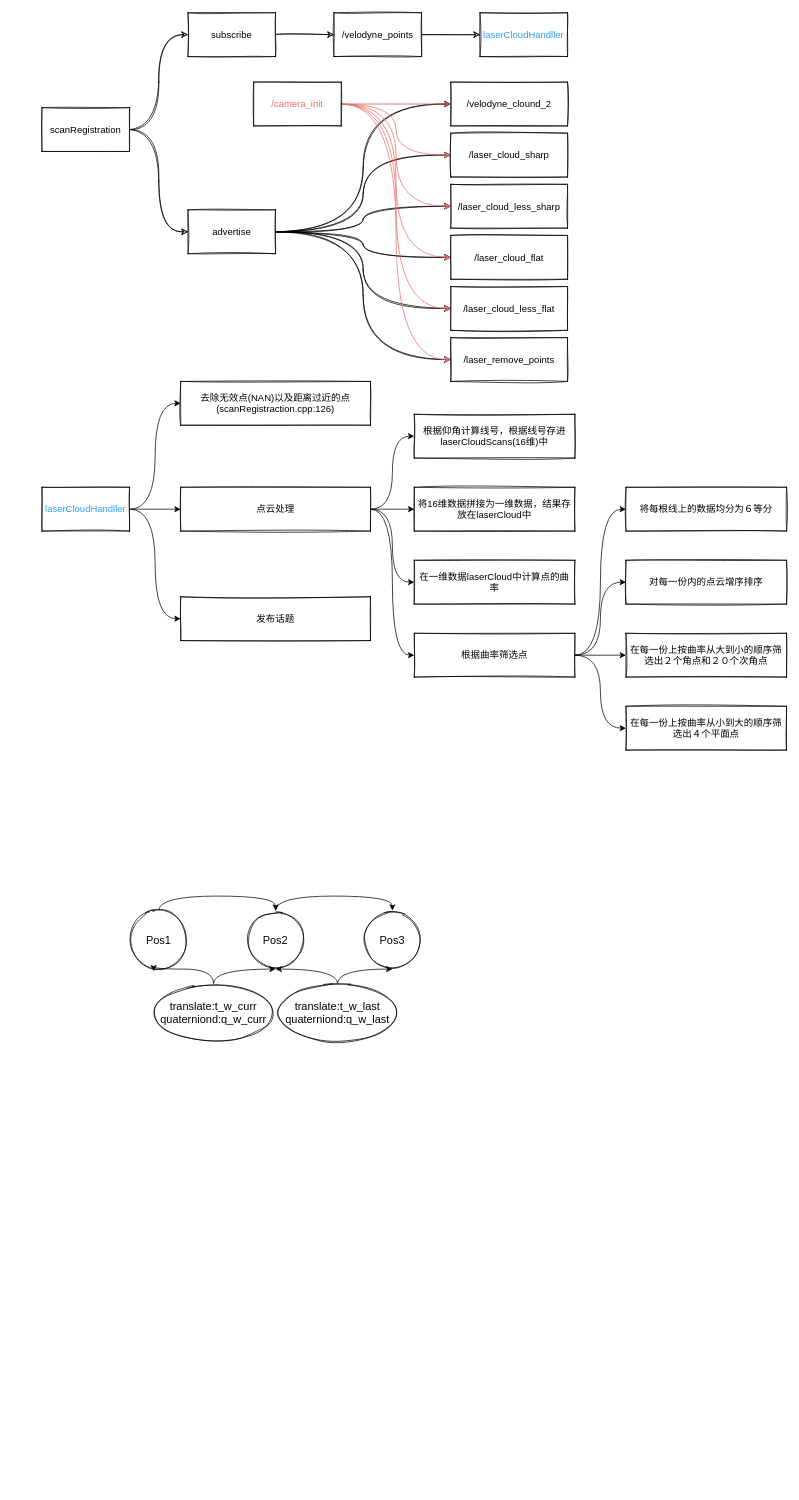
Earlier version of the draw.io diagram loam.drawio (yzqttt/diagrams). Source tidied: cells renumbered, new cells numbered last; positions are measured from the earlier drawing's top-left corner, leaving out a move shared by most shapes. Both pictures are drawn from the tidied source at 73%, with x=0, y=0 at pixel (42, 12).
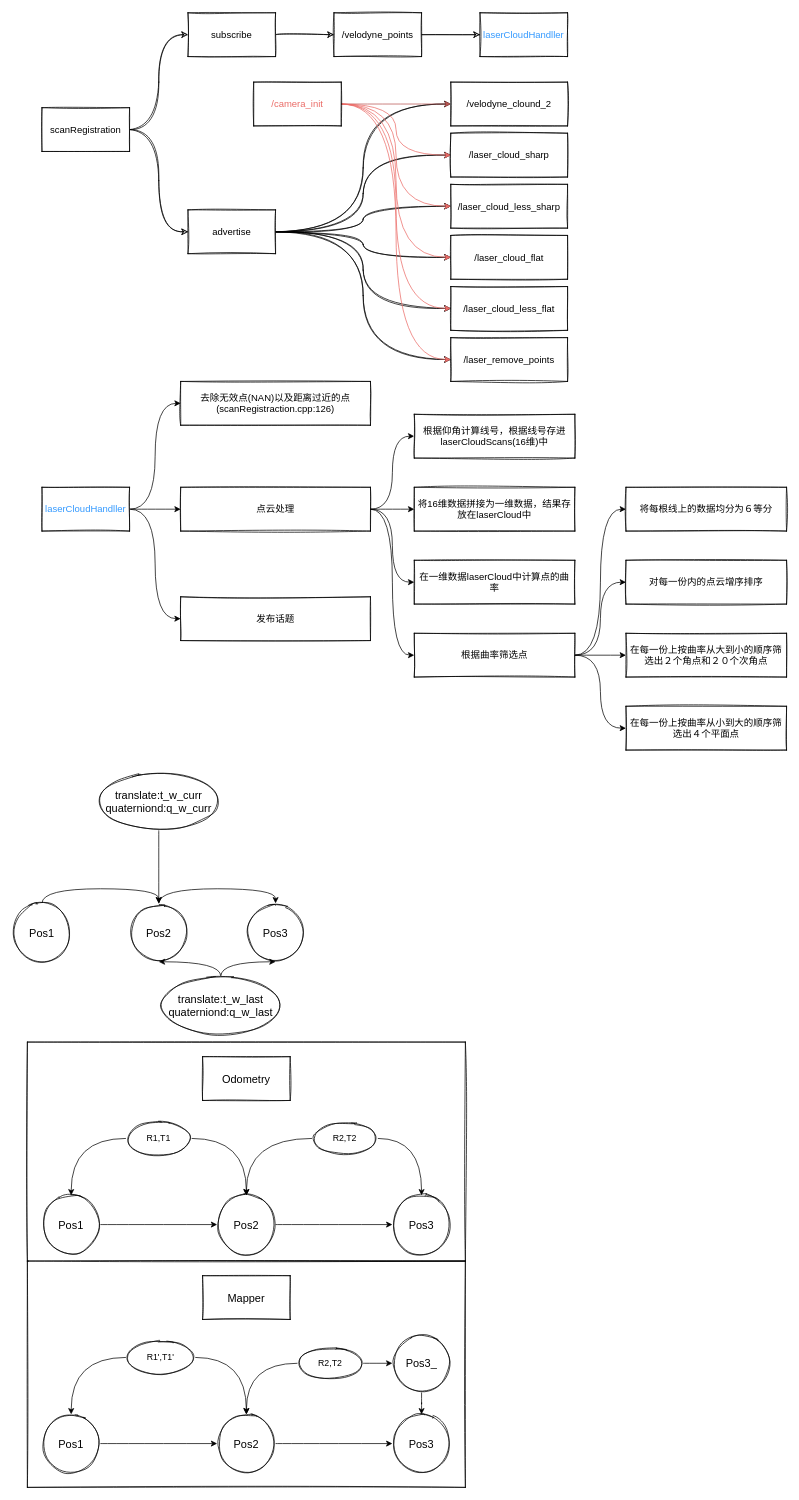
The same diagram, later.

Diff of the diagram source:
```diff
@@
+    <mxCell id="64" style="rounded=0;whiteSpace=wrap;html=1;sketch=1;fontSize=15;verticalAlign=middle;" parent="1" vertex="1">
+      <mxGeometry x="-20" y="1410" width="600" height="300" as="geometry" />
+    </mxCell>
@@
     <mxCell id="54" value="Pos1" style="ellipse;whiteSpace=wrap;html=1;sketch=1;fontSize=15;" parent="1" vertex="1">
-      <mxGeometry x="120" y="1230" width="80" height="80" as="geometry" />
+      <mxGeometry x="-40" y="1220" width="80" height="80" as="geometry" />
     </mxCell>
@@
     <mxCell id="56" value="Pos2" style="ellipse;whiteSpace=wrap;html=1;sketch=1;fontSize=15;" parent="1" vertex="1">
-      <mxGeometry x="280" y="1230" width="80" height="80" as="geometry" />
+      <mxGeometry x="120" y="1220" width="80" height="80" as="geometry" />
     </mxCell>
     <mxCell id="57" value="Pos3" style="ellipse;whiteSpace=wrap;html=1;sketch=1;fontSize=15;" parent="1" vertex="1">
-      <mxGeometry x="440" y="1230" width="80" height="80" as="geometry" />
+      <mxGeometry x="280" y="1220" width="80" height="80" as="geometry" />
     </mxCell>
-    <mxCell id="58" style="edgeStyle=orthogonalEdgeStyle;curved=1;jettySize=auto;html=1;entryX=0.413;entryY=1.038;entryDx=0;entryDy=0;entryPerimeter=0;fontSize=15;" parent="1" edge="1" source="60" target="54">
-      <mxGeometry relative="1" as="geometry" />
-    </mxCell>
-    <mxCell id="59" style="edgeStyle=orthogonalEdgeStyle;curved=1;jettySize=auto;html=1;fontSize=15;" parent="1" edge="1" source="60" target="56">
+    <mxCell id="59" style="edgeStyle=orthogonalEdgeStyle;curved=1;jettySize=auto;html=1;entryX=0.5;entryY=0;entryDx=0;entryDy=0;fontSize=15;" parent="1" edge="1" source="60" target="56">
       <mxGeometry relative="1" as="geometry" />
     </mxCell>
     <mxCell id="60" value="&lt;div style=&quot;font-size: 15px&quot;&gt;&lt;font style=&quot;font-size: 15px&quot;&gt;translate:t_w_curr&lt;/font&gt;&lt;/div&gt;&lt;div style=&quot;font-size: 15px&quot;&gt;&lt;font style=&quot;font-size: 15px&quot;&gt;quaterniond:q_w_curr&lt;br&gt;&lt;/font&gt;&lt;/div&gt;" style="ellipse;whiteSpace=wrap;html=1;sketch=1;" parent="1" vertex="1">
-      <mxGeometry x="150" y="1330" width="170" height="80" as="geometry" />
+      <mxGeometry x="75" y="1040" width="170" height="80" as="geometry" />
     </mxCell>
@@
     <mxCell id="63" value="&lt;div style=&quot;font-size: 15px&quot;&gt;&lt;font style=&quot;font-size: 15px&quot;&gt;translate:t_w_last&lt;/font&gt;&lt;/div&gt;&lt;div style=&quot;font-size: 15px&quot;&gt;&lt;font style=&quot;font-size: 15px&quot;&gt;quaterniond:q_w_last&lt;br&gt;&lt;/font&gt;&lt;/div&gt;" style="ellipse;whiteSpace=wrap;html=1;sketch=1;" parent="1" vertex="1">
-      <mxGeometry x="320" y="1330" width="170" height="80" as="geometry" />
+      <mxGeometry x="160" y="1320" width="170" height="80" as="geometry" />
     </mxCell>
+    <mxCell id="65" style="edgeStyle=orthogonalEdgeStyle;curved=1;jettySize=auto;html=1;fontSize=15;" parent="1" edge="1" source="66" target="68">
+      <mxGeometry relative="1" as="geometry" />
+    </mxCell>
+    <mxCell id="66" value="Pos1" style="ellipse;whiteSpace=wrap;html=1;sketch=1;fontSize=15;" parent="1" vertex="1">
+      <mxGeometry y="1620" width="80" height="80" as="geometry" />
+    </mxCell>
+    <mxCell id="67" style="edgeStyle=orthogonalEdgeStyle;curved=1;jettySize=auto;html=1;fontSize=15;" parent="1" edge="1" source="68" target="69">
+      <mxGeometry relative="1" as="geometry" />
+    </mxCell>
+    <mxCell id="68" value="Pos2" style="ellipse;whiteSpace=wrap;html=1;sketch=1;fontSize=15;" parent="1" vertex="1">
+      <mxGeometry x="240" y="1620" width="80" height="80" as="geometry" />
+    </mxCell>
+    <mxCell id="69" value="Pos3" style="ellipse;whiteSpace=wrap;html=1;sketch=1;fontSize=15;" parent="1" vertex="1">
+      <mxGeometry x="480" y="1620" width="80" height="80" as="geometry" />
+    </mxCell>
+    <mxCell id="70" style="edgeStyle=orthogonalEdgeStyle;curved=1;jettySize=auto;html=1;entryX=0.5;entryY=0;entryDx=0;entryDy=0;fontSize=15;" parent="1" edge="1" source="72" target="66">
+      <mxGeometry relative="1" as="geometry" />
+    </mxCell>
+    <mxCell id="71" style="edgeStyle=orthogonalEdgeStyle;curved=1;jettySize=auto;html=1;entryX=0.5;entryY=0;entryDx=0;entryDy=0;fontSize=15;" parent="1" edge="1" source="72" target="68">
+      <mxGeometry relative="1" as="geometry" />
+    </mxCell>
+    <mxCell id="72" value="&lt;div&gt;R1,T1&lt;/div&gt;" style="ellipse;whiteSpace=wrap;html=1;sketch=1;" parent="1" vertex="1">
+      <mxGeometry x="115" y="1520" width="90" height="44" as="geometry" />
+    </mxCell>
+    <mxCell id="73" style="edgeStyle=orthogonalEdgeStyle;curved=1;jettySize=auto;html=1;fontSize=15;" parent="1" edge="1" source="75" target="68">
+      <mxGeometry relative="1" as="geometry" />
+    </mxCell>
+    <mxCell id="74" style="edgeStyle=orthogonalEdgeStyle;curved=1;jettySize=auto;html=1;fontSize=15;" parent="1" edge="1" source="75" target="69">
+      <mxGeometry relative="1" as="geometry" />
+    </mxCell>
+    <mxCell id="75" value="R2,T2" style="ellipse;whiteSpace=wrap;html=1;sketch=1;" parent="1" vertex="1">
+      <mxGeometry x="370" y="1520" width="90" height="44" as="geometry" />
+    </mxCell>
+    <mxCell id="76" value="Odometry" style="rounded=0;whiteSpace=wrap;html=1;sketch=1;fontSize=15;" parent="1" vertex="1">
+      <mxGeometry x="220" y="1430" width="120" height="60" as="geometry" />
+    </mxCell>
+    <mxCell id="77" style="rounded=0;whiteSpace=wrap;html=1;sketch=1;fontSize=15;verticalAlign=middle;" parent="1" vertex="1">
+      <mxGeometry x="-20" y="1710" width="600" height="310" as="geometry" />
+    </mxCell>
+    <mxCell id="78" style="edgeStyle=orthogonalEdgeStyle;curved=1;jettySize=auto;html=1;fontSize=15;" parent="1" edge="1" source="79" target="81">
+      <mxGeometry relative="1" as="geometry" />
+    </mxCell>
+    <mxCell id="79" value="Pos1" style="ellipse;whiteSpace=wrap;html=1;sketch=1;fontSize=15;" parent="1" vertex="1">
+      <mxGeometry y="1920" width="80" height="80" as="geometry" />
+    </mxCell>
+    <mxCell id="80" style="edgeStyle=orthogonalEdgeStyle;curved=1;jettySize=auto;html=1;fontSize=15;" parent="1" edge="1" source="81" target="82">
+      <mxGeometry relative="1" as="geometry" />
+    </mxCell>
+    <mxCell id="81" value="Pos2" style="ellipse;whiteSpace=wrap;html=1;sketch=1;fontSize=15;" parent="1" vertex="1">
+      <mxGeometry x="240" y="1920" width="80" height="80" as="geometry" />
+    </mxCell>
+    <mxCell id="82" value="Pos3" style="ellipse;whiteSpace=wrap;html=1;sketch=1;fontSize=15;" parent="1" vertex="1">
+      <mxGeometry x="480" y="1920" width="80" height="80" as="geometry" />
+    </mxCell>
+    <mxCell id="83" style="edgeStyle=orthogonalEdgeStyle;curved=1;jettySize=auto;html=1;entryX=0.5;entryY=0;entryDx=0;entryDy=0;fontSize=15;" parent="1" edge="1" source="85" target="79">
+      <mxGeometry relative="1" as="geometry" />
+    </mxCell>
+    <mxCell id="84" style="edgeStyle=orthogonalEdgeStyle;curved=1;jettySize=auto;html=1;entryX=0.5;entryY=0;entryDx=0;entryDy=0;fontSize=15;" parent="1" edge="1" source="85" target="81">
+      <mxGeometry relative="1" as="geometry" />
+    </mxCell>
+    <mxCell id="85" value="&lt;div&gt;R1',T1'&lt;/div&gt;" style="ellipse;whiteSpace=wrap;html=1;sketch=1;" parent="1" vertex="1">
+      <mxGeometry x="115" y="1820" width="95" height="44" as="geometry" />
+    </mxCell>
+    <mxCell id="86" value="Mapper" style="rounded=0;whiteSpace=wrap;html=1;sketch=1;fontSize=15;" parent="1" vertex="1">
+      <mxGeometry x="220" y="1730" width="120" height="60" as="geometry" />
+    </mxCell>
+    <mxCell id="87" style="edgeStyle=orthogonalEdgeStyle;curved=1;jettySize=auto;html=1;entryX=0.5;entryY=0;entryDx=0;entryDy=0;fontSize=15;" parent="1" edge="1" source="88" target="82">
+      <mxGeometry relative="1" as="geometry" />
+    </mxCell>
+    <mxCell id="88" value="Pos3_" style="ellipse;whiteSpace=wrap;html=1;sketch=1;fontSize=15;" parent="1" vertex="1">
+      <mxGeometry x="480" y="1810" width="80" height="80" as="geometry" />
+    </mxCell>
+    <mxCell id="89" style="edgeStyle=orthogonalEdgeStyle;curved=1;jettySize=auto;html=1;entryX=0.5;entryY=0;entryDx=0;entryDy=0;fontSize=15;" parent="1" edge="1" source="91" target="81">
+      <mxGeometry relative="1" as="geometry" />
+    </mxCell>
+    <mxCell id="90" style="edgeStyle=orthogonalEdgeStyle;curved=1;jettySize=auto;html=1;entryX=0;entryY=0.5;entryDx=0;entryDy=0;fontSize=15;" parent="1" edge="1" source="91" target="88">
+      <mxGeometry relative="1" as="geometry" />
+    </mxCell>
+    <mxCell id="91" value="R2,T2" style="ellipse;whiteSpace=wrap;html=1;sketch=1;" parent="1" vertex="1">
+      <mxGeometry x="350" y="1828" width="90" height="44" as="geometry" />
+    </mxCell>
```
